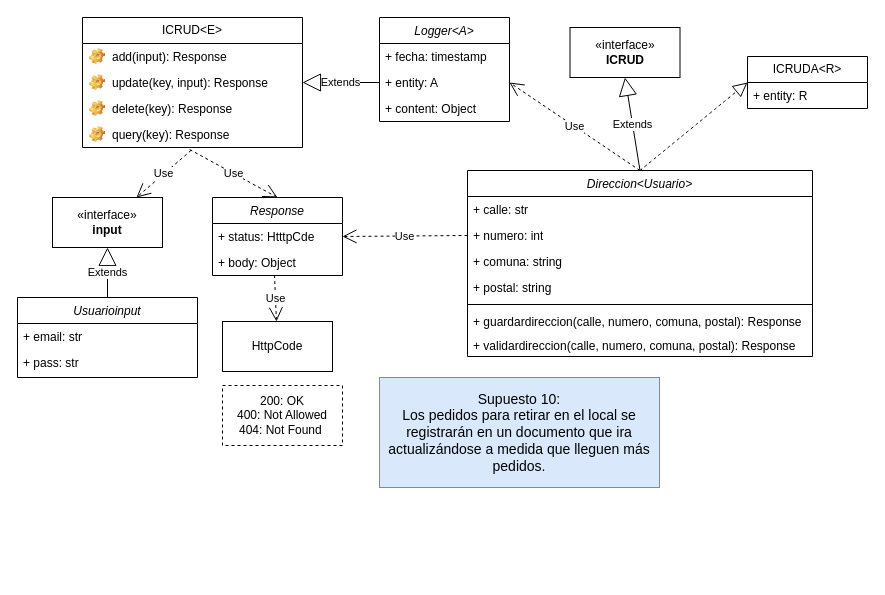
Earlier version of the draw.io diagram Front-End_Sprint/Diagrama Supuesto10.drawio (Giggin-html/dwm4). Source tidied: cells renumbered, new cells numbered last; positions are measured from the earlier drawing's top-left corner, leaving out a move shared by most shapes. Both pictures are drawn from the tidied source at 100%, with x=0, y=0 at pixel (17, 17).
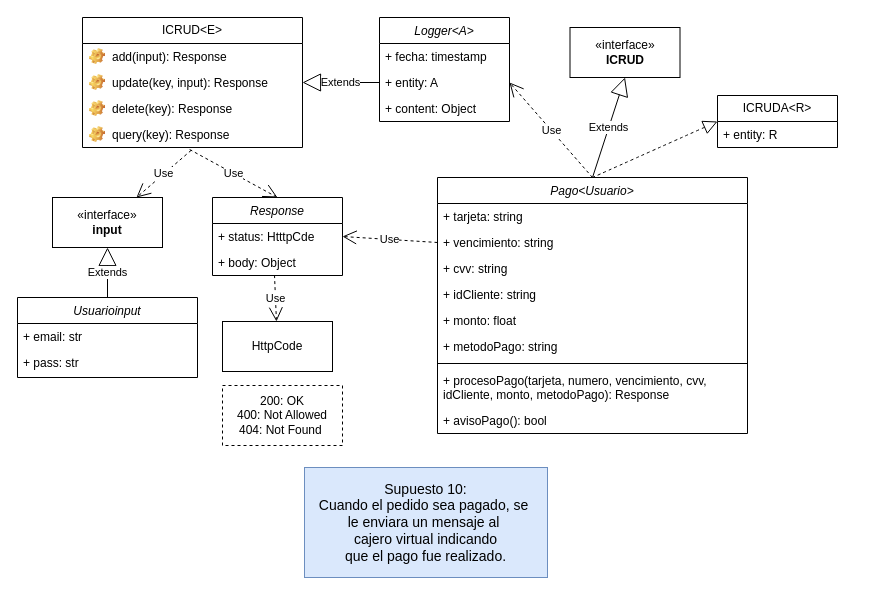
After the change.

Unchanged cells that the change refers to:
```xml
<mxCell id="22" value="+ status: HtttpCde" style="text;strokeColor=none;fillColor=none;align=left;verticalAlign=top;spacingLeft=4;spacingRight=4;overflow=hidden;points=[[0,0.5],[1,0.5]];portConstraint=eastwest;whiteSpace=wrap;html=1;" parent="21" vertex="1">
  <mxGeometry y="26" width="130" height="26" as="geometry" />
</mxCell>
<mxCell id="27" value="«interface»&lt;br&gt;&lt;b&gt;ICRUD&lt;/b&gt;" style="html=1;whiteSpace=wrap;" parent="1" vertex="1">
  <mxGeometry x="552.5" y="10" width="110" height="50" as="geometry" />
</mxCell>
<mxCell id="34" value="+ entity: A" style="text;strokeColor=none;fillColor=none;align=left;verticalAlign=top;spacingLeft=4;spacingRight=4;overflow=hidden;points=[[0,0.5],[1,0.5]];portConstraint=eastwest;whiteSpace=wrap;html=1;" parent="32" vertex="1">
  <mxGeometry y="52" width="130" height="26" as="geometry" />
</mxCell>
```

Change to the diagram source:
```diff
@@
-    <mxCell id="2" value="Direccion&lt;Usuario&gt;" style="swimlane;fontStyle=2;align=center;verticalAlign=top;horizontal=1;startSize=26;rounded=0;shadow=0;strokeWidth=1;" parent="1" vertex="1">
-      <mxGeometry x="450" y="153" width="345" height="186" as="geometry" />
-    </mxCell>
-    <mxCell id="3" value="+ calle: str" style="text;strokeColor=none;fillColor=none;align=left;verticalAlign=top;spacingLeft=4;spacingRight=4;overflow=hidden;whiteSpace=wrap;html=1;" parent="2" vertex="1">
-      <mxGeometry y="26" width="345" height="26" as="geometry" />
-    </mxCell>
-    <mxCell id="4" value="+ numero: int" style="text;strokeColor=none;fillColor=none;align=left;verticalAlign=top;spacingLeft=4;spacingRight=4;overflow=hidden;points=[[0,0.5],[1,0.5]];portConstraint=eastwest;whiteSpace=wrap;html=1;" parent="2" vertex="1">
-      <mxGeometry y="52" width="345" height="26" as="geometry" />
-    </mxCell>
-    <mxCell id="5" value="+ comuna: string" style="text;strokeColor=none;fillColor=none;align=left;verticalAlign=top;spacingLeft=4;spacingRight=4;overflow=hidden;whiteSpace=wrap;html=1;" parent="2" vertex="1">
-      <mxGeometry y="78" width="345" height="26" as="geometry" />
-    </mxCell>
-    <mxCell id="6" value="+ postal: string" style="text;strokeColor=none;fillColor=none;align=left;verticalAlign=top;spacingLeft=4;spacingRight=4;overflow=hidden;whiteSpace=wrap;html=1;" parent="2" vertex="1">
-      <mxGeometry y="104" width="345" height="26" as="geometry" />
-    </mxCell>
-    <mxCell id="7" style="line;html=1;strokeWidth=1;align=left;verticalAlign=middle;spacingTop=-1;spacingLeft=3;spacingRight=3;labelPosition=right;" parent="2" vertex="1">
-      <mxGeometry y="130" width="345" height="8" as="geometry" />
-    </mxCell>
-    <mxCell id="8" value="+ guardardireccion(calle, numero, comuna, postal): Response" style="text;strokeColor=none;fillColor=none;align=left;verticalAlign=top;spacingLeft=4;spacingRight=4;overflow=hidden;whiteSpace=wrap;html=1;" parent="2" vertex="1">
-      <mxGeometry y="138" width="345" height="24" as="geometry" />
-    </mxCell>
-    <mxCell id="9" value="+ validardireccion(calle, numero, comuna, postal): Response" style="text;strokeColor=none;fillColor=none;align=left;verticalAlign=top;spacingLeft=4;spacingRight=4;overflow=hidden;whiteSpace=wrap;html=1;" parent="2" vertex="1">
-      <mxGeometry y="162" width="345" height="24" as="geometry" />
-    </mxCell>
+    <mxCell id="30" value="&lt;font style=&quot;font-size: 14px;&quot;&gt;&amp;nbsp;Supuesto 10:&amp;nbsp;&lt;/font&gt;&lt;div&gt;&lt;div&gt;&lt;font style=&quot;font-size: 14px;&quot;&gt;Cuando el pedido sea pagado, se&amp;nbsp;&lt;/font&gt;&lt;/div&gt;&lt;div&gt;&lt;font style=&quot;font-size: 14px;&quot;&gt;le enviara un mensaje al&amp;nbsp;&lt;/font&gt;&lt;/div&gt;&lt;div&gt;&lt;font style=&quot;font-size: 14px;&quot;&gt;cajero virtual&amp;nbsp;&lt;/font&gt;&lt;span style=&quot;font-size: 14px; background-color: transparent; color: light-dark(rgb(0, 0, 0), rgb(255, 255, 255));&quot;&gt;indicando&lt;/span&gt;&lt;/div&gt;&lt;div&gt;&lt;font style=&quot;font-size: 14px;&quot;&gt;que el pago fue realizado.&lt;/font&gt;&lt;/div&gt;&lt;/div&gt;" style="html=1;whiteSpace=wrap;fillColor=#dae8fc;strokeColor=#6c8ebf;" parent="1" vertex="1">
+      <mxGeometry x="287" y="450" width="243" height="110" as="geometry" />
+    </mxCell>
+    <mxCell id="41" value="Pago&lt;Usuario&gt;" style="swimlane;fontStyle=2;align=center;verticalAlign=top;horizontal=1;startSize=26;rounded=0;shadow=0;strokeWidth=1;" parent="1" vertex="1">
+      <mxGeometry x="420" y="160" width="310" height="256" as="geometry" />
+    </mxCell>
+    <mxCell id="42" value="+ tarjeta: string" style="text;strokeColor=none;fillColor=none;align=left;verticalAlign=top;spacingLeft=4;spacingRight=4;overflow=hidden;whiteSpace=wrap;html=1;" parent="41" vertex="1">
+      <mxGeometry y="26" width="310" height="26" as="geometry" />
+    </mxCell>
+    <mxCell id="43" value="+ vencimiento: string" style="text;strokeColor=none;fillColor=none;align=left;verticalAlign=top;spacingLeft=4;spacingRight=4;overflow=hidden;points=[[0,0.5],[1,0.5]];portConstraint=eastwest;whiteSpace=wrap;html=1;" parent="41" vertex="1">
+      <mxGeometry y="52" width="310" height="26" as="geometry" />
+    </mxCell>
+    <mxCell id="44" value="+ cvv: string" style="text;strokeColor=none;fillColor=none;align=left;verticalAlign=top;spacingLeft=4;spacingRight=4;overflow=hidden;whiteSpace=wrap;html=1;" parent="41" vertex="1">
+      <mxGeometry y="78" width="310" height="26" as="geometry" />
+    </mxCell>
+    <mxCell id="45" value="+ idCliente: string" style="text;strokeColor=none;fillColor=none;align=left;verticalAlign=top;spacingLeft=4;spacingRight=4;overflow=hidden;whiteSpace=wrap;html=1;" parent="41" vertex="1">
+      <mxGeometry y="104" width="310" height="26" as="geometry" />
+    </mxCell>
+    <mxCell id="46" value="+ monto: float" style="text;strokeColor=none;fillColor=none;align=left;verticalAlign=top;spacingLeft=4;spacingRight=4;overflow=hidden;whiteSpace=wrap;html=1;" parent="41" vertex="1">
+      <mxGeometry y="130" width="310" height="26" as="geometry" />
+    </mxCell>
+    <mxCell id="47" value="+ metodoPago: string" style="text;strokeColor=none;fillColor=none;align=left;verticalAlign=top;spacingLeft=4;spacingRight=4;overflow=hidden;whiteSpace=wrap;html=1;" parent="41" vertex="1">
+      <mxGeometry y="156" width="310" height="26" as="geometry" />
+    </mxCell>
+    <mxCell id="48" style="line;html=1;strokeWidth=1;align=left;verticalAlign=middle;spacingTop=-1;spacingLeft=3;spacingRight=3;labelPosition=right;" parent="41" vertex="1">
+      <mxGeometry y="182" width="310" height="8" as="geometry" />
+    </mxCell>
+    <mxCell id="49" value="+ procesoPago(tarjeta, numero, vencimiento, cvv, idCliente, monto, metodoPago): Response" style="text;strokeColor=none;fillColor=none;align=left;verticalAlign=top;spacingLeft=4;spacingRight=4;overflow=hidden;whiteSpace=wrap;html=1;" parent="41" vertex="1">
+      <mxGeometry y="190" width="310" height="40" as="geometry" />
+    </mxCell>
+    <mxCell id="50" value="+ avisoPago(): bool" style="text;strokeColor=none;fillColor=none;align=left;verticalAlign=top;spacingLeft=4;spacingRight=4;overflow=hidden;whiteSpace=wrap;html=1;" parent="41" vertex="1">
+      <mxGeometry y="230" width="310" height="26" as="geometry" />
+    </mxCell>
@@
-    <mxCell id="28" value="Extends" style="endArrow=block;endSize=16;endFill=0;html=1;rounded=0;exitX=0.5;exitY=0;exitDx=0;exitDy=0;entryX=0.5;entryY=1;entryDx=0;entryDy=0;" parent="1" edge="1" source="2" target="27">
-      <mxGeometry relative="1" as="geometry" />
-    </mxCell>
+    <mxCell id="51" value="Extends" style="endArrow=block;endSize=16;endFill=0;html=1;rounded=0;exitX=0.5;exitY=0;exitDx=0;exitDy=0;entryX=0.5;entryY=1;entryDx=0;entryDy=0;" parent="1" edge="1" source="41" target="27">
+      <mxGeometry relative="1" as="geometry" />
+    </mxCell>
-    <mxCell id="29" value="Use" style="endArrow=open;endSize=12;dashed=1;html=1;rounded=0;entryX=1;entryY=0.5;entryDx=0;entryDy=0;exitX=0;exitY=0.5;exitDx=0;exitDy=0;" parent="1" edge="1" source="4" target="22">
+    <mxCell id="29" value="Use" style="endArrow=open;endSize=12;dashed=1;html=1;rounded=0;entryX=1;entryY=0.5;entryDx=0;entryDy=0;exitX=0;exitY=0.5;exitDx=0;exitDy=0;" parent="1" edge="1" source="43" target="22">
       <mxGeometry relative="1" as="geometry" />
     </mxCell>
-    <mxCell id="30" value="&lt;font style=&quot;font-size: 14px;&quot;&gt;&amp;nbsp;Supuesto 10:&amp;nbsp;&lt;/font&gt;&lt;div&gt;&lt;font style=&quot;font-size: 14px;&quot;&gt;Los pedidos para retirar en el local se registrarán en un documento que ira&lt;br&gt; actualizándose a medida que lleguen más pedidos.&lt;/font&gt;&lt;/div&gt;" style="html=1;whiteSpace=wrap;fillColor=#dae8fc;strokeColor=#6c8ebf;" parent="1" vertex="1">
-      <mxGeometry x="362" y="360" width="280" height="110" as="geometry" />
-    </mxCell>
@@
-    <mxCell id="37" value="Use" style="endArrow=open;endSize=12;dashed=1;html=1;rounded=0;entryX=1;entryY=0.5;entryDx=0;entryDy=0;exitX=0.5;exitY=0;exitDx=0;exitDy=0;" parent="1" edge="1" source="2" target="34">
+    <mxCell id="37" value="Use" style="endArrow=open;endSize=12;dashed=1;html=1;rounded=0;entryX=1;entryY=0.5;entryDx=0;entryDy=0;exitX=0.5;exitY=0;exitDx=0;exitDy=0;" parent="1" edge="1" source="41" target="34">
       <mxGeometry relative="1" as="geometry" />
     </mxCell>
     <mxCell id="38" value="ICRUDA&amp;lt;R&amp;gt;" style="swimlane;fontStyle=0;horizontal=1;startSize=26;fillColor=none;whiteSpace=wrap;html=1;" parent="1" vertex="1">
-      <mxGeometry x="730" y="39" width="120" height="52" as="geometry" />
+      <mxGeometry x="700" y="78" width="120" height="52" as="geometry" />
     </mxCell>
@@
-    <mxCell id="40" style="endArrow=block;dashed=1;endFill=0;endSize=12;html=1;rounded=0;fontSize=12;curved=1;entryX=0;entryY=0.5;entryDx=0;entryDy=0;exitX=0.5;exitY=0;exitDx=0;exitDy=0;" parent="1" edge="1" source="2" target="38">
-      <mxGeometry relative="1" as="geometry" />
-    </mxCell>
+    <mxCell id="52" style="endArrow=block;dashed=1;endFill=0;endSize=12;html=1;rounded=0;fontSize=12;curved=1;entryX=0;entryY=0.5;entryDx=0;entryDy=0;exitX=0.5;exitY=0;exitDx=0;exitDy=0;" parent="1" edge="1" source="41" target="38">
+      <mxGeometry relative="1" as="geometry" />
+    </mxCell>
```
